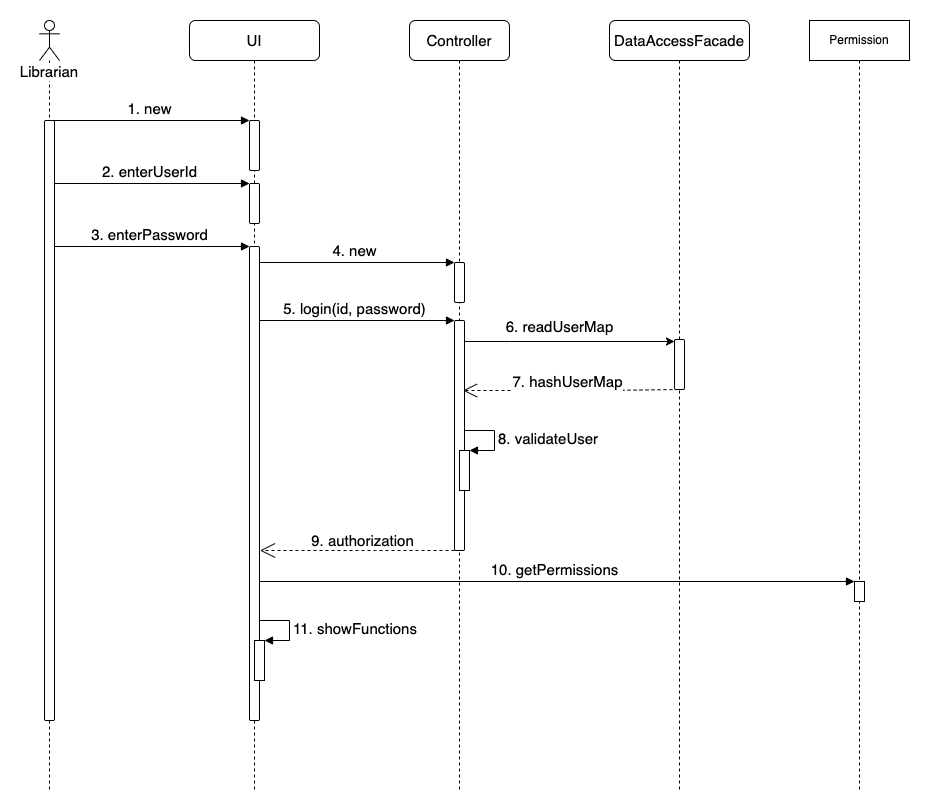
Above: uml/1_LibrarianLoginSequenceDiagram.png in mthuong/mpp-project (draw.io), before the change. Source tidied: cells renumbered, new cells last; positions are measured from the earlier drawing's top-left corner, leaving out a move shared by most shapes.
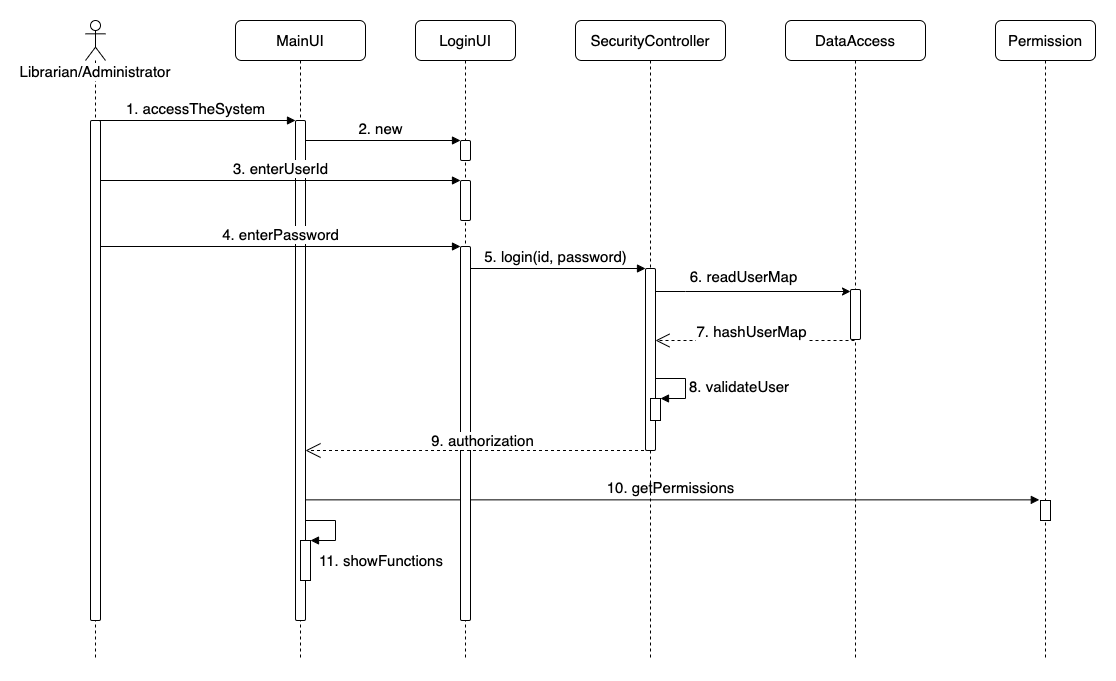
The same diagram one commit later.

Diff of the diagram source:
```diff
@@ -2,97 +2,81 @@
   <root>
     <mxCell id="0" />
     <mxCell id="1" parent="0" />
+    <mxCell id="29" value="2. new" style="html=1;verticalAlign=bottom;endArrow=block;entryX=0;entryY=0;rounded=0;fontSize=15;" parent="1" edge="1" source="9" target="31">
+      <mxGeometry relative="1" as="geometry" />
+    </mxCell>
-    <mxCell id="2" value="&lt;font style=&quot;font-size: 15px&quot;&gt;10. getPermissions&lt;/font&gt;" style="html=1;verticalAlign=bottom;endArrow=block;entryX=0;entryY=0;rounded=0;" parent="1" edge="1">
-      <mxGeometry relative="1" as="geometry">
-        <mxPoint x="214.5" y="561" as="sourcePoint" />
-        <mxPoint x="815" y="561" as="targetPoint" />
-      </mxGeometry>
+    <mxCell id="2" value="&lt;font style=&quot;font-size: 15px&quot;&gt;10. getPermissions&lt;/font&gt;" style="html=1;verticalAlign=bottom;endArrow=block;entryX=-0.118;entryY=-0.032;rounded=0;entryDx=0;entryDy=0;entryPerimeter=0;" parent="1" edge="1" source="9" target="28">
+      <mxGeometry relative="1" as="geometry" />
     </mxCell>
-    <mxCell id="3" value="5. login(id, password)" style="html=1;verticalAlign=bottom;endArrow=block;entryX=0;entryY=0;rounded=0;fontSize=15;" parent="1" edge="1" source="9" target="18">
-      <mxGeometry relative="1" as="geometry" />
+    <mxCell id="3" value="5. login(id, password)" style="html=1;verticalAlign=bottom;endArrow=block;entryX=0;entryY=0;rounded=0;fontSize=15;" parent="1" edge="1" target="18">
+      <mxGeometry relative="1" as="geometry">
+        <mxPoint x="379.5" y="248" as="sourcePoint" />
+      </mxGeometry>
     </mxCell>
-    <mxCell id="4" value="4. new" style="html=1;verticalAlign=bottom;endArrow=block;entryX=0;entryY=0;rounded=0;fontSize=15;" parent="1" edge="1" source="9" target="17">
-      <mxGeometry relative="1" as="geometry" />
-    </mxCell>
-    <mxCell id="5" value="3. enterPassword" style="html=1;verticalAlign=bottom;endArrow=block;entryX=0;entryY=0;rounded=0;fontSize=15;" parent="1" edge="1" source="7" target="12">
-      <mxGeometry relative="1" as="geometry" />
-    </mxCell>
-    <mxCell id="6" value="2. enterUserId" style="html=1;verticalAlign=bottom;endArrow=block;entryX=0;entryY=0;rounded=0;fontSize=15;" parent="1" edge="1" source="7" target="11">
-      <mxGeometry relative="1" as="geometry" />
-    </mxCell>
-    <mxCell id="7" value="Librarian" style="shape=umlLifeline;participant=umlActor;perimeter=lifelinePerimeter;whiteSpace=wrap;html=1;verticalAlign=top;spacingTop=36;outlineConnect=0;sketch=0;shadow=0;rounded=0;glass=0;gradientColor=none;fontSize=15;spacing=2;labelBackgroundColor=default;" parent="1" vertex="1">
-      <mxGeometry width="20" height="770" as="geometry" />
+    <mxCell id="7" value="Librarian/Administrator" style="shape=umlLifeline;participant=umlActor;perimeter=lifelinePerimeter;whiteSpace=wrap;html=1;verticalAlign=top;spacingTop=36;outlineConnect=0;sketch=0;shadow=0;rounded=0;glass=0;gradientColor=none;fontSize=15;spacing=2;labelBackgroundColor=default;" parent="1" vertex="1">
+      <mxGeometry width="20" height="640" as="geometry" />
     </mxCell>
     <mxCell id="8" style="html=1;perimeter=orthogonalPerimeter;rounded=1;shadow=0;glass=0;sketch=0;fontSize=15;gradientColor=none;" parent="7" vertex="1">
-      <mxGeometry x="5" y="100" width="10" height="600" as="geometry" />
+      <mxGeometry x="5" y="100" width="10" height="500" as="geometry" />
     </mxCell>
-    <mxCell id="9" value="UI" style="shape=umlLifeline;perimeter=lifelinePerimeter;whiteSpace=wrap;html=1;outlineConnect=0;rounded=1;shadow=0;glass=0;sketch=0;fontSize=15;gradientColor=none;" parent="1" vertex="1">
-      <mxGeometry x="150" width="130" height="770" as="geometry" />
+    <mxCell id="9" value="MainUI" style="shape=umlLifeline;perimeter=lifelinePerimeter;whiteSpace=wrap;html=1;outlineConnect=0;rounded=1;shadow=0;glass=0;sketch=0;fontSize=15;gradientColor=none;" parent="1" vertex="1">
+      <mxGeometry x="150" width="130" height="640" as="geometry" />
     </mxCell>
     <mxCell id="10" style="html=1;points=[];perimeter=orthogonalPerimeter;rounded=1;shadow=0;glass=0;sketch=0;fontSize=15;gradientColor=none;" parent="9" vertex="1">
-      <mxGeometry x="60" y="100" width="10" height="50" as="geometry" />
+      <mxGeometry x="60" y="100" width="10" height="500" as="geometry" />
     </mxCell>
-    <mxCell id="11" style="html=1;points=[];perimeter=orthogonalPerimeter;rounded=1;shadow=0;glass=0;sketch=0;fontSize=15;gradientColor=none;" parent="9" vertex="1">
-      <mxGeometry x="60" y="163" width="10" height="40" as="geometry" />
-    </mxCell>
-    <mxCell id="12" style="html=1;points=[];perimeter=orthogonalPerimeter;rounded=1;shadow=0;glass=0;sketch=0;fontSize=15;gradientColor=none;" parent="9" vertex="1">
-      <mxGeometry x="60" y="226" width="10" height="474" as="geometry" />
-    </mxCell>
     <mxCell id="13" style="html=1;points=[];perimeter=orthogonalPerimeter;fontSize=15;" parent="9" vertex="1">
-      <mxGeometry x="65" y="620" width="10" height="40" as="geometry" />
+      <mxGeometry x="65" y="520" width="10" height="40" as="geometry" />
     </mxCell>
     <mxCell id="14" value="11. showFunctions" style="edgeStyle=orthogonalEdgeStyle;html=1;align=left;spacingLeft=2;endArrow=block;rounded=0;entryX=1;entryY=0;fontSize=15;" parent="9" edge="1" target="13">
-      <mxGeometry relative="1" as="geometry">
-        <mxPoint x="70" y="600" as="sourcePoint" />
+      <mxGeometry x="0.87" y="20" relative="1" as="geometry">
+        <mxPoint x="70" y="500" as="sourcePoint" />
         <Array as="points">
-          <mxPoint x="100" y="600" />
+          <mxPoint x="100" y="500" />
         </Array>
       </mxGeometry>
     </mxCell>
-    <mxCell id="15" value="1. new" style="html=1;verticalAlign=bottom;endArrow=block;entryX=0;entryY=0;rounded=0;fontSize=15;" parent="1" edge="1" source="7" target="10">
+    <mxCell id="15" value="1. accessTheSystem" style="html=1;verticalAlign=bottom;endArrow=block;entryX=0;entryY=0;rounded=0;fontSize=15;" parent="1" edge="1" source="7" target="10">
       <mxGeometry relative="1" as="geometry" />
     </mxCell>
-    <mxCell id="16" value="Controller" style="shape=umlLifeline;perimeter=lifelinePerimeter;whiteSpace=wrap;html=1;outlineConnect=0;rounded=1;shadow=0;glass=0;sketch=0;fontSize=15;gradientColor=none;" parent="1" vertex="1">
-      <mxGeometry x="370" width="100" height="770" as="geometry" />
+    <mxCell id="16" value="SecurityController" style="shape=umlLifeline;perimeter=lifelinePerimeter;whiteSpace=wrap;html=1;outlineConnect=0;rounded=1;shadow=0;glass=0;sketch=0;fontSize=15;gradientColor=none;" parent="1" vertex="1">
+      <mxGeometry x="490" width="150" height="640" as="geometry" />
     </mxCell>
-    <mxCell id="17" style="html=1;points=[];perimeter=orthogonalPerimeter;rounded=1;shadow=0;glass=0;sketch=0;fontSize=15;gradientColor=none;" parent="16" vertex="1">
-      <mxGeometry x="45" y="242" width="10" height="40" as="geometry" />
-    </mxCell>
     <mxCell id="18" style="html=1;points=[];perimeter=orthogonalPerimeter;rounded=1;shadow=0;glass=0;sketch=0;fontSize=15;gradientColor=none;" parent="16" vertex="1">
-      <mxGeometry x="45" y="300" width="10" height="230" as="geometry" />
+      <mxGeometry x="70" y="248" width="10" height="182" as="geometry" />
     </mxCell>
     <mxCell id="19" style="html=1;points=[];perimeter=orthogonalPerimeter;fontSize=15;" parent="16" vertex="1">
-      <mxGeometry x="50" y="430" width="10" height="40" as="geometry" />
+      <mxGeometry x="75" y="378" width="10" height="22" as="geometry" />
     </mxCell>
     <mxCell id="20" value="8. validateUser" style="edgeStyle=orthogonalEdgeStyle;html=1;align=left;spacingLeft=2;endArrow=block;rounded=0;entryX=1;entryY=0;fontSize=15;" parent="16" edge="1" target="19">
       <mxGeometry relative="1" as="geometry">
-        <mxPoint x="55" y="410" as="sourcePoint" />
+        <mxPoint x="80" y="358" as="sourcePoint" />
         <Array as="points">
-          <mxPoint x="85" y="410" />
+          <mxPoint x="110" y="358" />
         </Array>
       </mxGeometry>
     </mxCell>
-    <mxCell id="21" value="DataAccessFacade" style="shape=umlLifeline;perimeter=lifelinePerimeter;whiteSpace=wrap;html=1;rounded=1;shadow=0;glass=0;sketch=0;fontSize=15;gradientColor=none;" parent="1" vertex="1">
-      <mxGeometry x="570" width="140" height="770" as="geometry" />
+    <mxCell id="21" value="DataAccess" style="shape=umlLifeline;perimeter=lifelinePerimeter;whiteSpace=wrap;html=1;rounded=1;shadow=0;glass=0;sketch=0;fontSize=15;gradientColor=none;" parent="1" vertex="1">
+      <mxGeometry x="700" width="140" height="640" as="geometry" />
     </mxCell>
     <mxCell id="22" style="html=1;perimeter=orthogonalPerimeter;rounded=1;shadow=0;glass=0;sketch=0;fontSize=15;gradientColor=none;" parent="21" vertex="1">
-      <mxGeometry x="65" y="319" width="10" height="50" as="geometry" />
+      <mxGeometry x="65" y="269" width="10" height="50" as="geometry" />
     </mxCell>
     <mxCell id="23" value="6.&amp;nbsp;readUserMap" style="rounded=0;orthogonalLoop=1;jettySize=auto;html=1;fontSize=15;" parent="1" edge="1">
       <mxGeometry x="-0.1" y="15" relative="1" as="geometry">
-        <mxPoint x="425" y="321" as="sourcePoint" />
-        <mxPoint x="635" y="321" as="targetPoint" />
+        <mxPoint x="570" y="271" as="sourcePoint" />
+        <mxPoint x="765" y="271" as="targetPoint" />
         <Array as="points">
-          <mxPoint x="470" y="321" />
+          <mxPoint x="600" y="271" />
         </Array>
       </mxGeometry>
     </mxCell>
     <mxCell id="24" style="edgeStyle=none;rounded=0;orthogonalLoop=1;jettySize=auto;html=1;fontSize=15;dashed=1;endArrow=open;endFill=0;endSize=12;" parent="1" edge="1">
       <mxGeometry relative="1" as="geometry">
-        <mxPoint x="639" y="369" as="sourcePoint" />
-        <mxPoint x="423.5" y="370" as="targetPoint" />
+        <mxPoint x="769" y="320" as="sourcePoint" />
+        <mxPoint x="570" y="320" as="targetPoint" />
         <Array as="points">
-          <mxPoint x="564" y="370" />
+          <mxPoint x="694" y="320" />
         </Array>
       </mxGeometry>
     </mxCell>
@@ -101,20 +85,41 @@
         <mxPoint y="-7" as="offset" />
       </mxGeometry>
     </mxCell>
-    <mxCell id="26" value="9. authorization" style="edgeStyle=none;rounded=0;orthogonalLoop=1;jettySize=auto;html=1;fontSize=15;dashed=1;endArrow=open;endFill=0;endSize=13;" parent="1" edge="1">
-      <mxGeometry x="-0.03" y="-10" relative="1" as="geometry">
-        <mxPoint x="421" y="530" as="sourcePoint" />
-        <mxPoint x="220.5" y="530" as="targetPoint" />
-        <Array as="points">
-          <mxPoint x="336" y="530" />
-        </Array>
-      </mxGeometry>
-    </mxCell>
-    <mxCell id="27" value="Permission" style="shape=umlLifeline;perimeter=lifelinePerimeter;whiteSpace=wrap;html=1;" parent="1" vertex="1">
-      <mxGeometry x="770" width="100" height="770" as="geometry" />
+    <mxCell id="27" value="Permission" style="shape=umlLifeline;perimeter=lifelinePerimeter;whiteSpace=wrap;html=1;rounded=1;fontSize=15;" parent="1" vertex="1">
+      <mxGeometry x="910" width="100" height="640" as="geometry" />
     </mxCell>
     <mxCell id="28" style="html=1;points=[];perimeter=orthogonalPerimeter;" parent="27" vertex="1">
-      <mxGeometry x="45" y="561" width="10" height="20" as="geometry" />
+      <mxGeometry x="45" y="480" width="10" height="20" as="geometry" />
     </mxCell>
+    <mxCell id="30" value="LoginUI" style="shape=umlLifeline;perimeter=lifelinePerimeter;whiteSpace=wrap;html=1;rounded=1;fontSize=15;" parent="1" vertex="1">
+      <mxGeometry x="330" width="100" height="640" as="geometry" />
+    </mxCell>
+    <mxCell id="11" style="html=1;points=[];perimeter=orthogonalPerimeter;rounded=1;shadow=0;glass=0;sketch=0;fontSize=15;gradientColor=none;" parent="30" vertex="1">
+      <mxGeometry x="45" y="160" width="10" height="40" as="geometry" />
+    </mxCell>
+    <mxCell id="31" style="html=1;points=[];perimeter=orthogonalPerimeter;rounded=1;fontSize=15;" parent="30" vertex="1">
+      <mxGeometry x="45" y="120" width="10" height="20" as="geometry" />
+    </mxCell>
+    <mxCell id="12" style="html=1;points=[];perimeter=orthogonalPerimeter;rounded=1;shadow=0;glass=0;sketch=0;fontSize=15;gradientColor=none;" parent="30" vertex="1">
+      <mxGeometry x="45" y="226" width="10" height="374" as="geometry" />
+    </mxCell>
+    <mxCell id="26" value="9. authorization" style="edgeStyle=none;rounded=0;jettySize=auto;html=1;fontSize=15;dashed=1;endArrow=open;endFill=0;endSize=13;" parent="1" edge="1" source="16">
+      <mxGeometry x="-0.03" y="-10" relative="1" as="geometry">
+        <mxPoint x="220" y="430" as="targetPoint" />
+        <Array as="points">
+          <mxPoint x="340" y="430" />
+        </Array>
+      </mxGeometry>
+    </mxCell>
+    <mxCell id="6" value="3. enterUserId" style="html=1;verticalAlign=bottom;endArrow=block;entryX=0;entryY=0;rounded=0;fontSize=15;" parent="1" edge="1" target="11">
+      <mxGeometry relative="1" as="geometry">
+        <mxPoint x="15" y="160" as="sourcePoint" />
+      </mxGeometry>
+    </mxCell>
+    <mxCell id="5" value="4. enterPassword" style="html=1;verticalAlign=bottom;endArrow=block;entryX=0;entryY=0;rounded=0;fontSize=15;" parent="1" edge="1" target="12">
+      <mxGeometry relative="1" as="geometry">
+        <mxPoint x="15" y="226" as="sourcePoint" />
+      </mxGeometry>
+    </mxCell>
   </root>
 </mxGraphModel>
```
